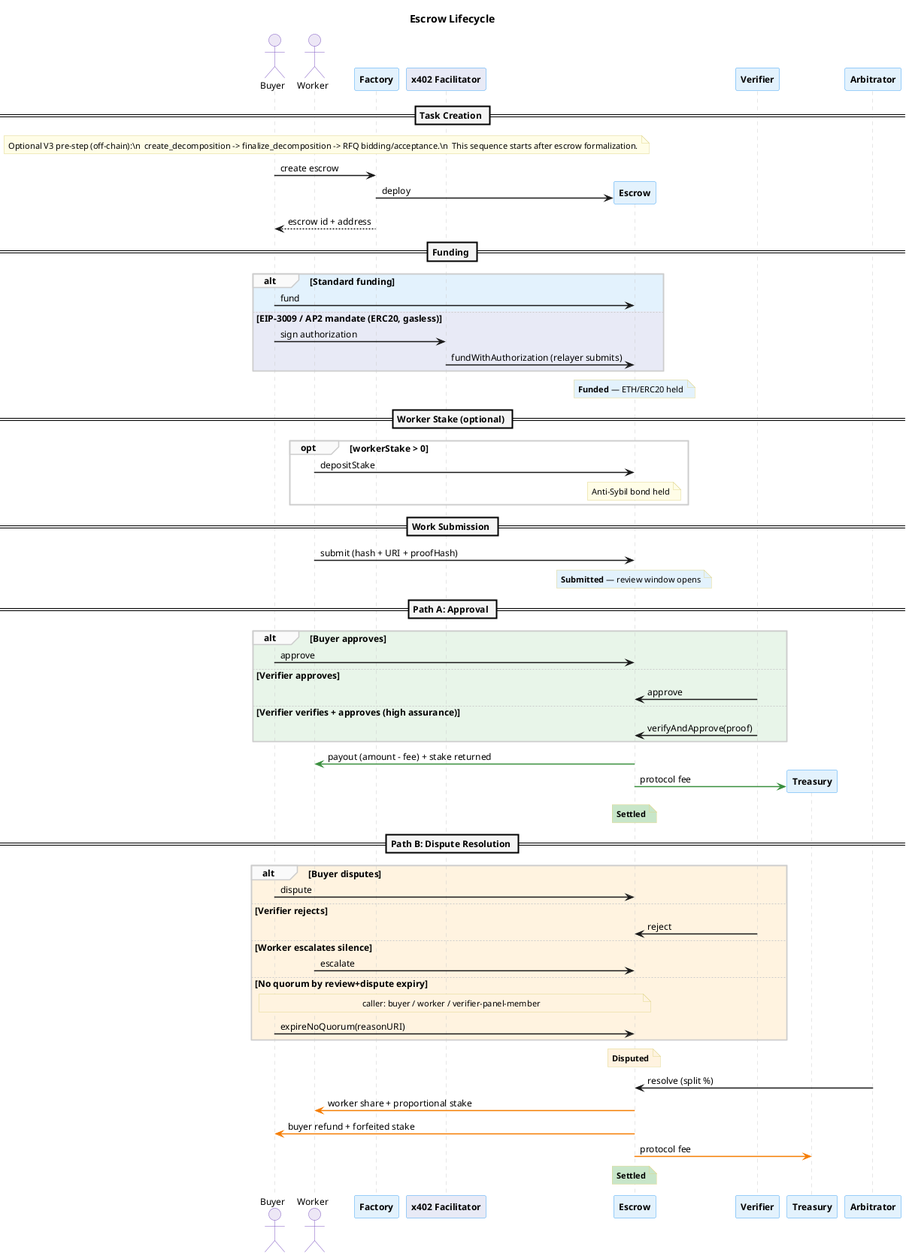
Earlier version of the PlantUML export docs/diagrams/lifecycle-sequence.png (eddiefleurent/agent-escrow).
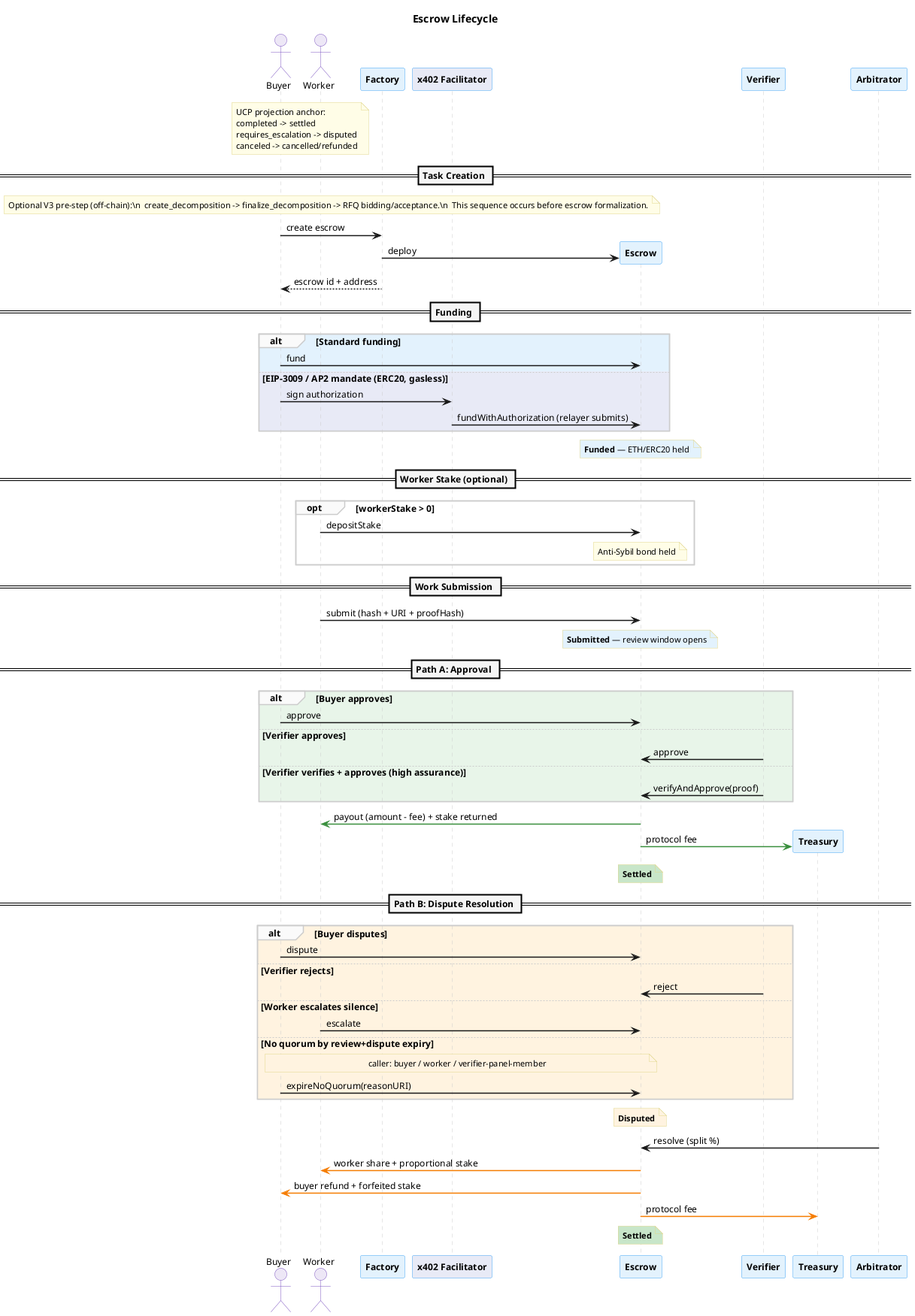
After the commit.

Change to the diagram source:
```diff
@@ -34,10 +34,17 @@
 participant "Factory" as factory
 participant "x402 Facilitator" as facilitator #E8EAF6
 
+note over buyer,worker #FFFDE7
+  UCP projection anchor:
+  completed -> settled
+  requires_escalation -> disputed
+  canceled -> cancelled/refunded
+end note
+
 == Task Creation ==
 
 note over buyer,factory #FFFDE7
-  Optional V3 pre-step (off-chain):\n  create_decomposition -> finalize_decomposition -> RFQ bidding/acceptance.\n  This sequence starts after escrow formalization.
+  Optional V3 pre-step (off-chain):\n  create_decomposition -> finalize_decomposition -> RFQ bidding/acceptance.\n  This sequence occurs before escrow formalization.
 end note
 
 buyer -> factory : create escrow
```
